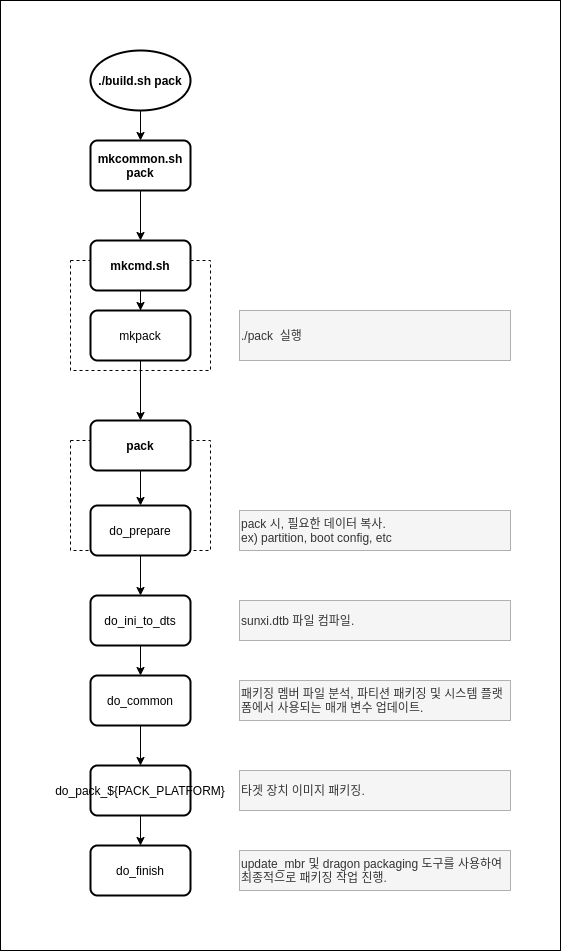
lchy0113/dev_tips keeps this draw.io diagram as image/ALLWINNER_PACKAGING_PROCESS_ANALYSIS-1.png. Above is the earlier version. Source tidied: cells renumbered, new cells last; positions are measured from the earlier drawing's top-left corner, leaving out a move shared by most shapes.
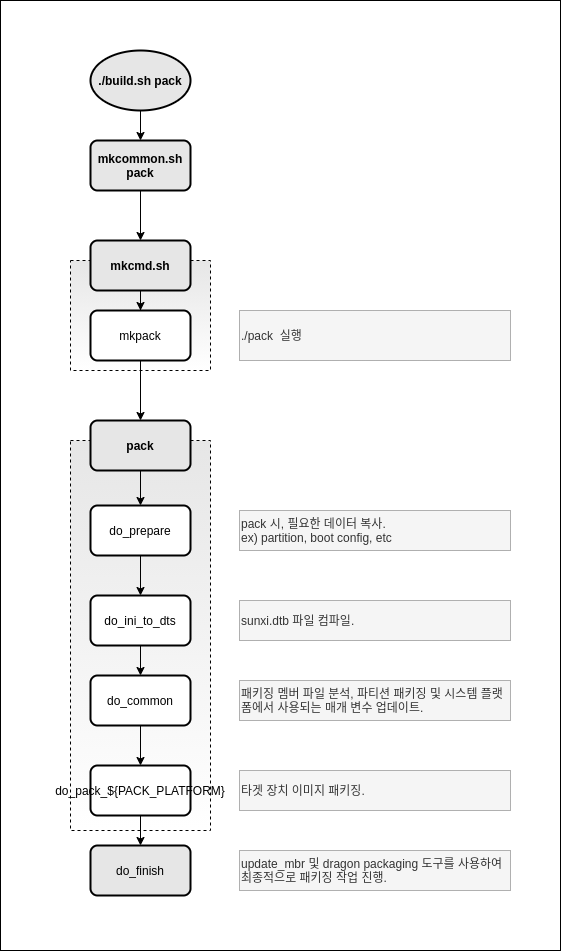
The same diagram one commit later.

What changed in the source:
```diff
@@ -5,25 +5,25 @@
     <mxCell id="2" style="rounded=0;whiteSpace=wrap;html=1;" parent="1" vertex="1">
       <mxGeometry width="560" height="950" as="geometry" />
     </mxCell>
-    <mxCell id="3" style="rounded=0;whiteSpace=wrap;html=1;dashed=1;" parent="1" vertex="1">
+    <mxCell id="3" style="rounded=0;whiteSpace=wrap;html=1;dashed=1;fillColor=#E6E6E6;gradientColor=#ffffff;" parent="1" vertex="1">
       <mxGeometry x="70" y="260" width="140" height="110" as="geometry" />
     </mxCell>
     <mxCell id="4" style="edgeStyle=orthogonalEdgeStyle;rounded=0;jettySize=auto;html=1;" parent="1" edge="1" source="5" target="7">
       <mxGeometry relative="1" as="geometry" />
     </mxCell>
-    <mxCell id="5" value="./build.sh pack" style="strokeWidth=2;html=1;shape=mxgraph.flowchart.start_1;whiteSpace=wrap;fontStyle=1;" parent="1" vertex="1">
+    <mxCell id="5" value="./build.sh pack" style="strokeWidth=2;html=1;shape=mxgraph.flowchart.start_1;whiteSpace=wrap;fontStyle=1;fillColor=#E6E6E6;" parent="1" vertex="1">
       <mxGeometry x="90" y="50" width="100" height="60" as="geometry" />
     </mxCell>
     <mxCell id="6" style="edgeStyle=orthogonalEdgeStyle;rounded=0;jettySize=auto;html=1;" parent="1" edge="1" source="7" target="9">
       <mxGeometry relative="1" as="geometry" />
     </mxCell>
-    <mxCell id="7" value="mkcommon.sh pack" style="rounded=1;whiteSpace=wrap;html=1;absoluteArcSize=1;arcSize=14;strokeWidth=2;fontStyle=1;" parent="1" vertex="1">
+    <mxCell id="7" value="mkcommon.sh pack" style="rounded=1;whiteSpace=wrap;html=1;absoluteArcSize=1;arcSize=14;strokeWidth=2;fontStyle=1;fillColor=#E6E6E6;" parent="1" vertex="1">
       <mxGeometry x="90" y="140" width="100" height="50" as="geometry" />
     </mxCell>
     <mxCell id="8" style="edgeStyle=orthogonalEdgeStyle;rounded=0;jettySize=auto;html=1;entryX=0.5;entryY=0;entryDx=0;entryDy=0;" parent="1" edge="1" source="9" target="11">
       <mxGeometry relative="1" as="geometry" />
     </mxCell>
-    <mxCell id="9" value="mkcmd.sh" style="rounded=1;whiteSpace=wrap;html=1;absoluteArcSize=1;arcSize=14;strokeWidth=2;fontStyle=1;" parent="1" vertex="1">
+    <mxCell id="9" value="mkcmd.sh" style="rounded=1;whiteSpace=wrap;html=1;absoluteArcSize=1;arcSize=14;strokeWidth=2;fontStyle=1;fillColor=#E6E6E6;" parent="1" vertex="1">
       <mxGeometry x="90" y="240" width="100" height="50" as="geometry" />
     </mxCell>
     <mxCell id="10" style="edgeStyle=orthogonalEdgeStyle;rounded=0;jettySize=auto;html=1;entryX=0.5;entryY=0;entryDx=0;entryDy=0;" parent="1" edge="1" source="11" target="15">
@@ -35,13 +35,13 @@
     <mxCell id="12" value="./pack&amp;nbsp; 실행" style="text;html=1;align=left;verticalAlign=middle;whiteSpace=wrap;rounded=0;fillColor=#f5f5f5;strokeColor=#666666;fontColor=#333333;dashed=1;dashPattern=1 1;" parent="1" vertex="1">
       <mxGeometry x="239" y="310" width="271" height="50" as="geometry" />
     </mxCell>
-    <mxCell id="13" style="rounded=0;whiteSpace=wrap;html=1;dashed=1;fontStyle=1;" parent="1" vertex="1">
-      <mxGeometry x="70" y="440" width="140" height="110" as="geometry" />
+    <mxCell id="13" style="rounded=0;whiteSpace=wrap;html=1;dashed=1;fontStyle=1;fillColor=#E6E6E6;gradientColor=#ffffff;" parent="1" vertex="1">
+      <mxGeometry x="70" y="440" width="140" height="390" as="geometry" />
     </mxCell>
     <mxCell id="14" style="edgeStyle=orthogonalEdgeStyle;rounded=0;jettySize=auto;html=1;" parent="1" edge="1" source="15" target="17">
       <mxGeometry relative="1" as="geometry" />
     </mxCell>
-    <mxCell id="15" value="pack" style="rounded=1;whiteSpace=wrap;html=1;absoluteArcSize=1;arcSize=14;strokeWidth=2;fontStyle=1;" parent="1" vertex="1">
+    <mxCell id="15" value="pack" style="rounded=1;whiteSpace=wrap;html=1;absoluteArcSize=1;arcSize=14;strokeWidth=2;fontStyle=1;fillColor=#E6E6E6;" parent="1" vertex="1">
       <mxGeometry x="90" y="420" width="100" height="50" as="geometry" />
     </mxCell>
     <mxCell id="16" style="edgeStyle=orthogonalEdgeStyle;rounded=0;jettySize=auto;html=1;entryX=0.5;entryY=0;entryDx=0;entryDy=0;" parent="1" edge="1" source="17" target="19">
@@ -68,7 +68,7 @@
     <mxCell id="23" value="do_pack_${PACK_PLATFORM}" style="rounded=1;whiteSpace=wrap;html=1;absoluteArcSize=1;arcSize=14;strokeWidth=2;" parent="1" vertex="1">
       <mxGeometry x="90" y="765" width="100" height="50" as="geometry" />
     </mxCell>
-    <mxCell id="24" value="do_finish" style="rounded=1;whiteSpace=wrap;html=1;absoluteArcSize=1;arcSize=14;strokeWidth=2;" parent="1" vertex="1">
+    <mxCell id="24" value="do_finish" style="rounded=1;whiteSpace=wrap;html=1;absoluteArcSize=1;arcSize=14;strokeWidth=2;fillColor=#E6E6E6;" parent="1" vertex="1">
       <mxGeometry x="90" y="845" width="100" height="50" as="geometry" />
     </mxCell>
     <mxCell id="25" value="pack 시, 필요한 데이터 복사.&lt;br&gt;ex) partition, boot config, etc&amp;nbsp;" style="text;html=1;align=left;verticalAlign=middle;whiteSpace=wrap;rounded=0;fillColor=#f5f5f5;strokeColor=#666666;fontColor=#333333;dashed=1;dashPattern=1 1;" parent="1" vertex="1">
```
